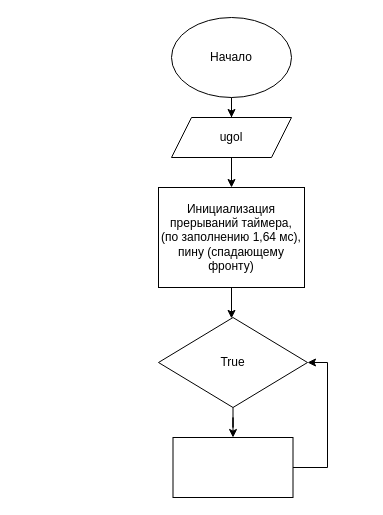
Earlier version of the draw.io diagram Диаграмма без названия.drawio (XFORVARDX/pendulum_control_system). Source tidied: cells renumbered, new cells numbered last; positions are measured from the earlier drawing's top-left corner, leaving out a move shared by most shapes. Both pictures are drawn from the tidied source at 100%, with x=0, y=0 at pixel (158, 17).
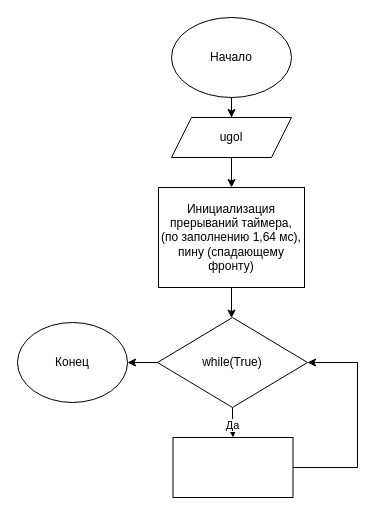
The same page after the edit.

What changed in the source:
```diff
@@
 <mxGraphModel>
   <root>
     <mxCell id="0" />
     <mxCell id="1" parent="0" />
     <mxCell id="2" style="edgeStyle=orthogonalEdgeStyle;rounded=0;jettySize=auto;html=1;" parent="1" edge="1" source="3" target="5">
       <mxGeometry relative="1" as="geometry" />
     </mxCell>
     <mxCell id="3" value="Начало" style="ellipse;whiteSpace=wrap;html=1;" parent="1" vertex="1">
       <mxGeometry x="13" width="120" height="80" as="geometry" />
     </mxCell>
     <mxCell id="4" style="edgeStyle=orthogonalEdgeStyle;rounded=0;jettySize=auto;html=1;" parent="1" edge="1" source="5" target="7">
       <mxGeometry relative="1" as="geometry" />
     </mxCell>
     <mxCell id="5" value="ugol" style="shape=parallelogram;perimeter=parallelogramPerimeter;whiteSpace=wrap;html=1;fixedSize=1;" parent="1" vertex="1">
       <mxGeometry x="13" y="100" width="120" height="40" as="geometry" />
     </mxCell>
     <mxCell id="6" style="edgeStyle=orthogonalEdgeStyle;rounded=0;jettySize=auto;html=1;" parent="1" edge="1" source="7" target="9">
       <mxGeometry relative="1" as="geometry">
         <Array as="points">
           <mxPoint x="73" y="310" />
           <mxPoint x="73" y="310" />
         </Array>
       </mxGeometry>
     </mxCell>
     <mxCell id="7" value="Инициализация&lt;br&gt;&lt;div&gt;&lt;span style=&quot;background-color: transparent; color: light-dark(rgb(0, 0, 0), rgb(255, 255, 255));&quot;&gt;прерываний&lt;/span&gt;&amp;nbsp;таймера,&lt;br&gt;(по заполнению 1,64 мс),&lt;/div&gt;&lt;div&gt;пину (спадающему фронту)&lt;/div&gt;" style="rounded=0;whiteSpace=wrap;html=1;" parent="1" vertex="1">
       <mxGeometry y="170" width="146" height="100" as="geometry" />
     </mxCell>
     <mxCell id="8" style="edgeStyle=orthogonalEdgeStyle;rounded=0;jettySize=auto;html=1;" parent="1" edge="1" source="9" target="11">
       <mxGeometry relative="1" as="geometry" />
     </mxCell>
+    <mxCell id="12" value="Да" style="edgeLabel;html=1;align=center;verticalAlign=middle;" parent="8" vertex="1">
+      <mxGeometry x="0.12" y="-1" relative="1" as="geometry" />
+    </mxCell>
+    <mxCell id="13" style="edgeStyle=orthogonalEdgeStyle;rounded=0;jettySize=auto;html=1;" parent="1" edge="1" source="9" target="14">
+      <mxGeometry relative="1" as="geometry" />
+    </mxCell>
-    <mxCell id="9" value="True" style="rhombus;whiteSpace=wrap;html=1;" parent="1" vertex="1">
-      <mxGeometry y="300" width="149" height="90" as="geometry" />
+    <mxCell id="9" value="while(True)" style="rhombus;whiteSpace=wrap;html=1;" parent="1" vertex="1">
+      <mxGeometry x="-1" y="300" width="150" height="90" as="geometry" />
     </mxCell>
     <mxCell id="10" style="edgeStyle=orthogonalEdgeStyle;rounded=0;jettySize=auto;html=1;entryX=1;entryY=0.5;entryDx=0;entryDy=0;" parent="1" edge="1" source="11" target="9">
       <mxGeometry relative="1" as="geometry">
         <Array as="points">
-          <mxPoint x="169" y="450" />
-          <mxPoint x="169" y="345" />
+          <mxPoint x="199" y="450" />
+          <mxPoint x="199" y="345" />
         </Array>
       </mxGeometry>
     </mxCell>
     <mxCell id="11" style="whiteSpace=wrap;html=1;" parent="1" vertex="1">
       <mxGeometry x="14.5" y="420" width="120" height="60" as="geometry" />
     </mxCell>
+    <mxCell id="14" value="Конец" style="ellipse;whiteSpace=wrap;html=1;" parent="1" vertex="1">
+      <mxGeometry x="-141" y="305" width="110" height="80" as="geometry" />
+    </mxCell>
   </root>
 </mxGraphModel>
```
